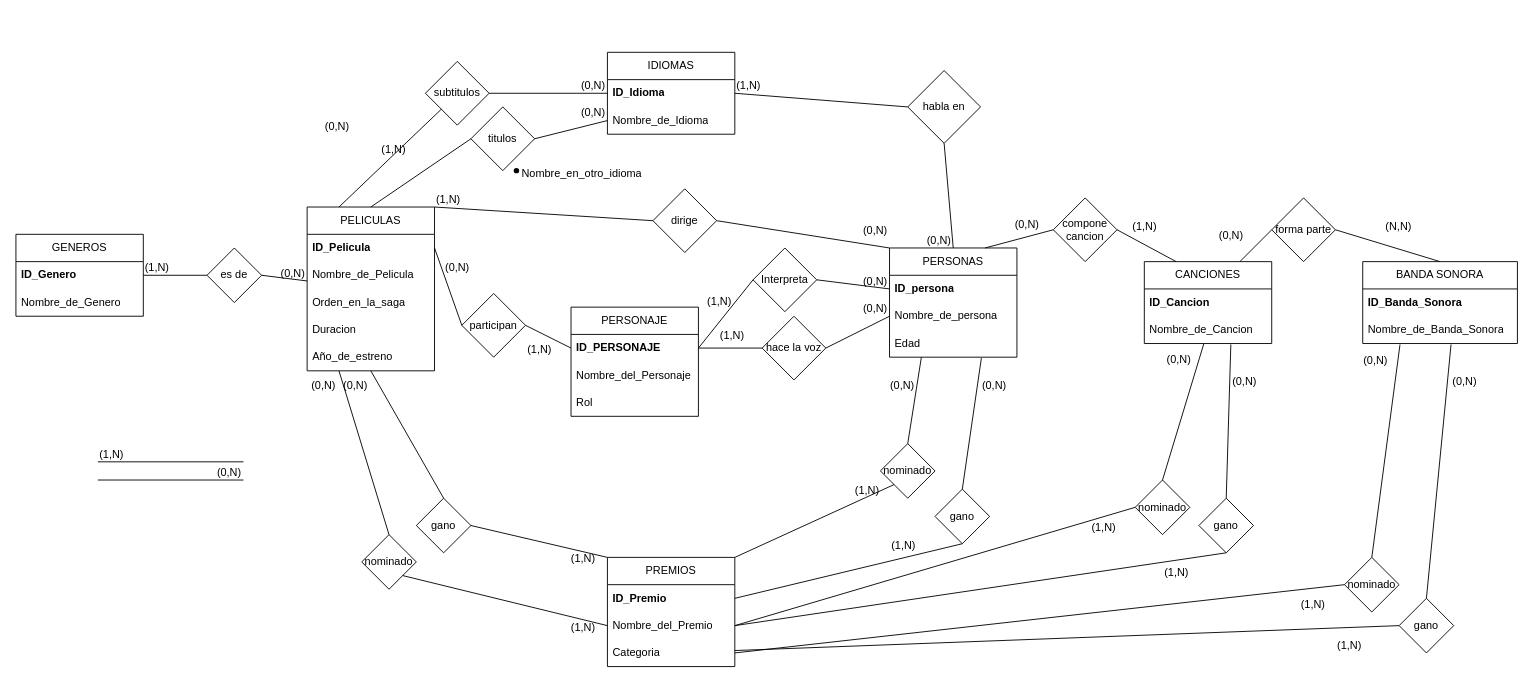
Earlier version of the draw.io diagram omdb.drawio (kolodani/AUS_Base_de_datos). Source tidied: cells renumbered, new cells numbered last; positions are measured from the earlier drawing's top-left corner, leaving out a move shared by most shapes. Both pictures are drawn from the tidied source at 91%, with x=0, y=0 at pixel (15, 52).
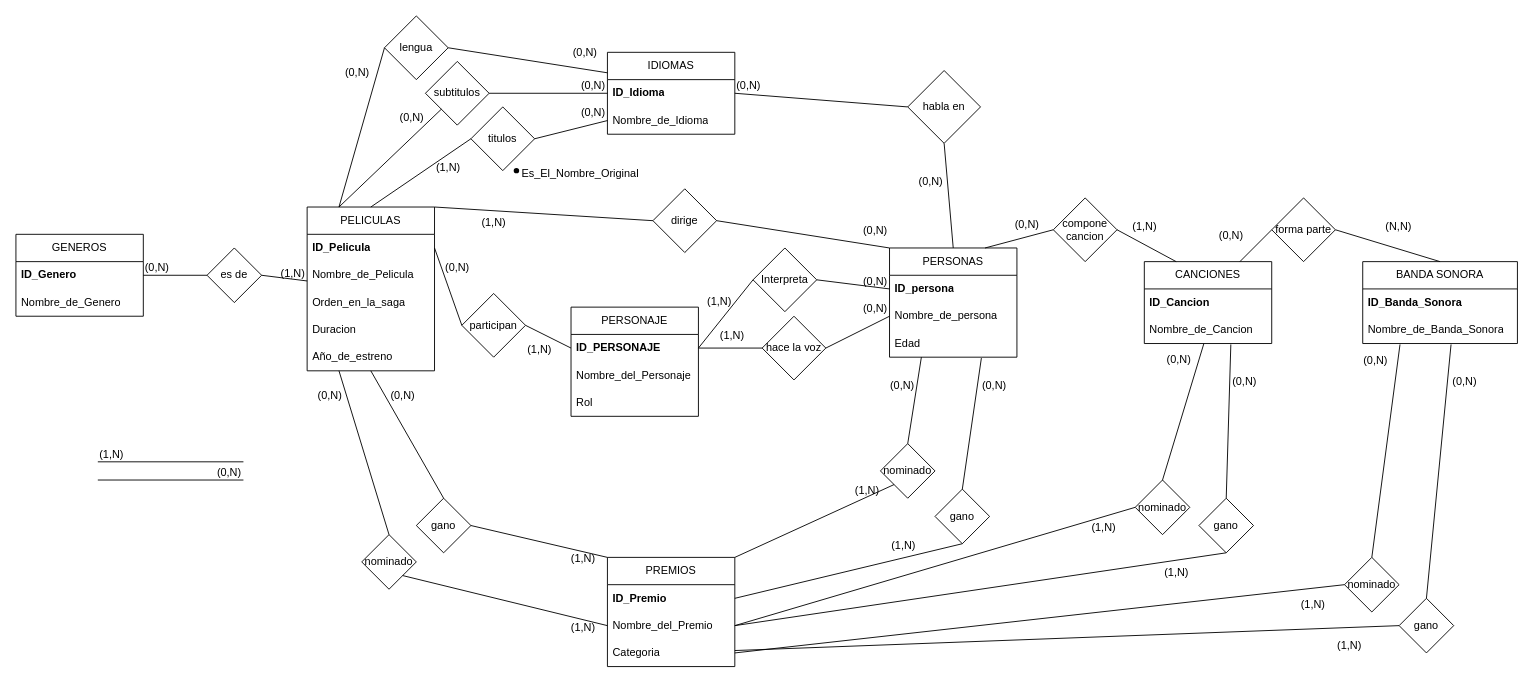
The same page after the edit.

Commit message:
correcciones ultimas

Unchanged cells that the change refers to:
```xml
<mxCell id="5" value="PELICULAS" style="swimlane;fontStyle=0;horizontal=1;startSize=30;whiteSpace=wrap;html=1;" parent="1" vertex="1">
  <mxGeometry x="320" y="170" width="140" height="180" as="geometry" />
</mxCell>
<mxCell id="26" value="IDIOMAS" style="swimlane;fontStyle=0;horizontal=1;startSize=30;whiteSpace=wrap;html=1;" parent="1" vertex="1">
  <mxGeometry x="650" width="140" height="90" as="geometry" />
</mxCell>
<mxCell id="49" style="endArrow=none;html=1;rounded=0;exitX=1;exitY=0.5;exitDx=0;exitDy=0;entryX=0;entryY=0.5;entryDx=0;entryDy=0;" parent="1" edge="1" source="3" target="22">
  <mxGeometry relative="1" as="geometry" />
</mxCell>
<mxCell id="51" style="endArrow=none;html=1;rounded=0;exitX=1;exitY=0.5;exitDx=0;exitDy=0;" parent="1" edge="1" source="22" target="5">
  <mxGeometry relative="1" as="geometry" />
</mxCell>
<mxCell id="53" style="group;" parent="1" vertex="1">
  <mxGeometry x="540" y="120" width="170" height="30" as="geometry" />
</mxCell>
<mxCell id="56" style="endArrow=none;html=1;rounded=0;entryX=0;entryY=0.5;entryDx=0;entryDy=0;exitX=0.5;exitY=0;exitDx=0;exitDy=0;" parent="1" edge="1" source="5" target="30">
  <mxGeometry relative="1" as="geometry" />
</mxCell>
<mxCell id="60" style="endArrow=none;html=1;rounded=0;entryX=0;entryY=1;entryDx=0;entryDy=0;exitX=0.25;exitY=0;exitDx=0;exitDy=0;" parent="1" edge="1" source="5" target="31">
  <mxGeometry relative="1" as="geometry" />
</mxCell>
<mxCell id="64" style="endArrow=none;html=1;rounded=0;entryX=0.5;entryY=0;entryDx=0;entryDy=0;exitX=0.25;exitY=1;exitDx=0;exitDy=0;" parent="1" edge="1" source="5" target="33">
  <mxGeometry relative="1" as="geometry" />
</mxCell>
<mxCell id="68" style="endArrow=none;html=1;rounded=0;entryX=0.5;entryY=0;entryDx=0;entryDy=0;exitX=0.5;exitY=1;exitDx=0;exitDy=0;" parent="1" edge="1" source="5" target="34">
  <mxGeometry relative="1" as="geometry" />
</mxCell>
<mxCell id="72" style="endArrow=none;html=1;rounded=0;entryX=0;entryY=0.5;entryDx=0;entryDy=0;exitX=1;exitY=0;exitDx=0;exitDy=0;" parent="1" edge="1" source="5" target="23">
  <mxGeometry relative="1" as="geometry" />
</mxCell>
<mxCell id="84" style="endArrow=none;html=1;rounded=0;exitX=1;exitY=0.5;exitDx=0;exitDy=0;entryX=0;entryY=0.5;entryDx=0;entryDy=0;" parent="1" edge="1" source="27" target="32">
  <mxGeometry relative="1" as="geometry" />
</mxCell>
<mxCell id="86" style="endArrow=none;html=1;rounded=0;exitX=0.5;exitY=1;exitDx=0;exitDy=0;entryX=0.5;entryY=0;entryDx=0;entryDy=0;" parent="1" edge="1" source="32" target="15">
  <mxGeometry relative="1" as="geometry" />
</mxCell>
```

What changed in the source:
```diff
@@
-    <mxCell id="50" value="(1,N)" style="html=1;whiteSpace=wrap;align=left;verticalAlign=bottom;" parent="49" vertex="1">
+    <mxCell id="50" value="(0,N)" style="html=1;whiteSpace=wrap;align=left;verticalAlign=bottom;" parent="49" vertex="1">
       <mxGeometry x="-1" relative="1" as="geometry" />
     </mxCell>
@@
-    <mxCell id="52" value="(0,N)" style="html=1;whiteSpace=wrap;align=right;verticalAlign=bottom;" parent="51" vertex="1">
+    <mxCell id="52" value="(1,N)" style="html=1;whiteSpace=wrap;align=right;verticalAlign=bottom;" parent="51" vertex="1">
       <mxGeometry x="1" relative="1" as="geometry">
         <mxPoint x="-1" as="offset" />
       </mxGeometry>
     </mxCell>
@@
-    <mxCell id="54" value="Nombre_en_otro_idioma" style="text;strokeColor=none;fillColor=none;spacingLeft=4;spacingRight=4;overflow=hidden;fontSize=12;whiteSpace=wrap;html=1;" parent="53" vertex="1">
-      <mxGeometry x="10" width="160" height="30" as="geometry" />
+    <mxCell id="54" value="Es_El_Nombre_Original" style="text;strokeColor=none;fillColor=none;spacingLeft=4;spacingRight=4;overflow=hidden;fontSize=12;whiteSpace=wrap;html=1;" parent="53" vertex="1">
+      <mxGeometry x="10" width="140" height="30" as="geometry" />
     </mxCell>
@@
     <mxCell id="57" value="(1,N)" style="html=1;whiteSpace=wrap;align=left;verticalAlign=bottom;" parent="56" vertex="1">
       <mxGeometry x="-1" relative="1" as="geometry">
-        <mxPoint x="10" y="-55" as="offset" />
+        <mxPoint x="70" y="-35" as="offset" />
       </mxGeometry>
     </mxCell>
@@
     <mxCell id="61" value="(0,N)" style="html=1;whiteSpace=wrap;align=left;verticalAlign=bottom;" parent="60" vertex="1">
       <mxGeometry x="-1" relative="1" as="geometry">
-        <mxPoint x="-17" y="-80" as="offset" />
+        <mxPoint x="5" y="-140" as="offset" />
       </mxGeometry>
     </mxCell>
@@
     <mxCell id="65" value="(0,N)" style="html=1;whiteSpace=wrap;align=left;verticalAlign=bottom;" parent="64" vertex="1">
       <mxGeometry x="-1" relative="1" as="geometry">
-        <mxPoint x="-32" y="25" as="offset" />
+        <mxPoint x="-25" y="35" as="offset" />
       </mxGeometry>
     </mxCell>
@@
     <mxCell id="69" value="(0,N)" style="html=1;whiteSpace=wrap;align=left;verticalAlign=bottom;" parent="68" vertex="1">
       <mxGeometry x="-1" relative="1" as="geometry">
-        <mxPoint x="-32" y="25" as="offset" />
+        <mxPoint x="20" y="35" as="offset" />
       </mxGeometry>
     </mxCell>
@@
     <mxCell id="73" value="(1,N)" style="html=1;whiteSpace=wrap;align=left;verticalAlign=bottom;" parent="72" vertex="1">
-      <mxGeometry x="-1" relative="1" as="geometry" />
+      <mxGeometry x="-1" relative="1" as="geometry">
+        <mxPoint x="50" y="25" as="offset" />
+      </mxGeometry>
     </mxCell>
@@
-    <mxCell id="85" value="(1,N)" style="html=1;whiteSpace=wrap;align=left;verticalAlign=bottom;" parent="84" vertex="1">
+    <mxCell id="85" value="(0,N)" style="html=1;whiteSpace=wrap;align=left;verticalAlign=bottom;" parent="84" vertex="1">
       <mxGeometry x="-1" relative="1" as="geometry" />
     </mxCell>
@@
     <mxCell id="87" value="(0,N)" style="html=1;whiteSpace=wrap;align=right;verticalAlign=bottom;" parent="86" vertex="1">
       <mxGeometry x="1" relative="1" as="geometry">
-        <mxPoint x="-1" as="offset" />
+        <mxPoint x="-10" y="-65" as="offset" />
       </mxGeometry>
     </mxCell>
@@
+    <mxCell id="129" value="lengua" style="rhombus;whiteSpace=wrap;html=1;" parent="1" vertex="1">
+      <mxGeometry x="405" y="-40" width="70" height="70" as="geometry" />
+    </mxCell>
+    <mxCell id="130" style="endArrow=none;html=1;rounded=0;entryX=0;entryY=0.5;entryDx=0;entryDy=0;exitX=0.25;exitY=0;exitDx=0;exitDy=0;" parent="1" edge="1" source="5" target="129">
+      <mxGeometry relative="1" as="geometry" />
+    </mxCell>
+    <mxCell id="131" value="(0,N)" style="html=1;whiteSpace=wrap;align=left;verticalAlign=bottom;" parent="130" vertex="1">
+      <mxGeometry x="-1" relative="1" as="geometry">
+        <mxPoint x="65" y="-90" as="offset" />
+      </mxGeometry>
+    </mxCell>
+    <mxCell id="132" style="endArrow=none;html=1;rounded=0;entryX=0;entryY=0.25;entryDx=0;entryDy=0;exitX=1;exitY=0.5;exitDx=0;exitDy=0;" parent="1" edge="1" source="129" target="26">
+      <mxGeometry relative="1" as="geometry" />
+    </mxCell>
+    <mxCell id="133" value="(0,N)" style="html=1;whiteSpace=wrap;align=right;verticalAlign=bottom;" parent="132" vertex="1">
+      <mxGeometry x="1" relative="1" as="geometry">
+        <mxPoint x="-10" y="-13" as="offset" />
+      </mxGeometry>
+    </mxCell>
```
